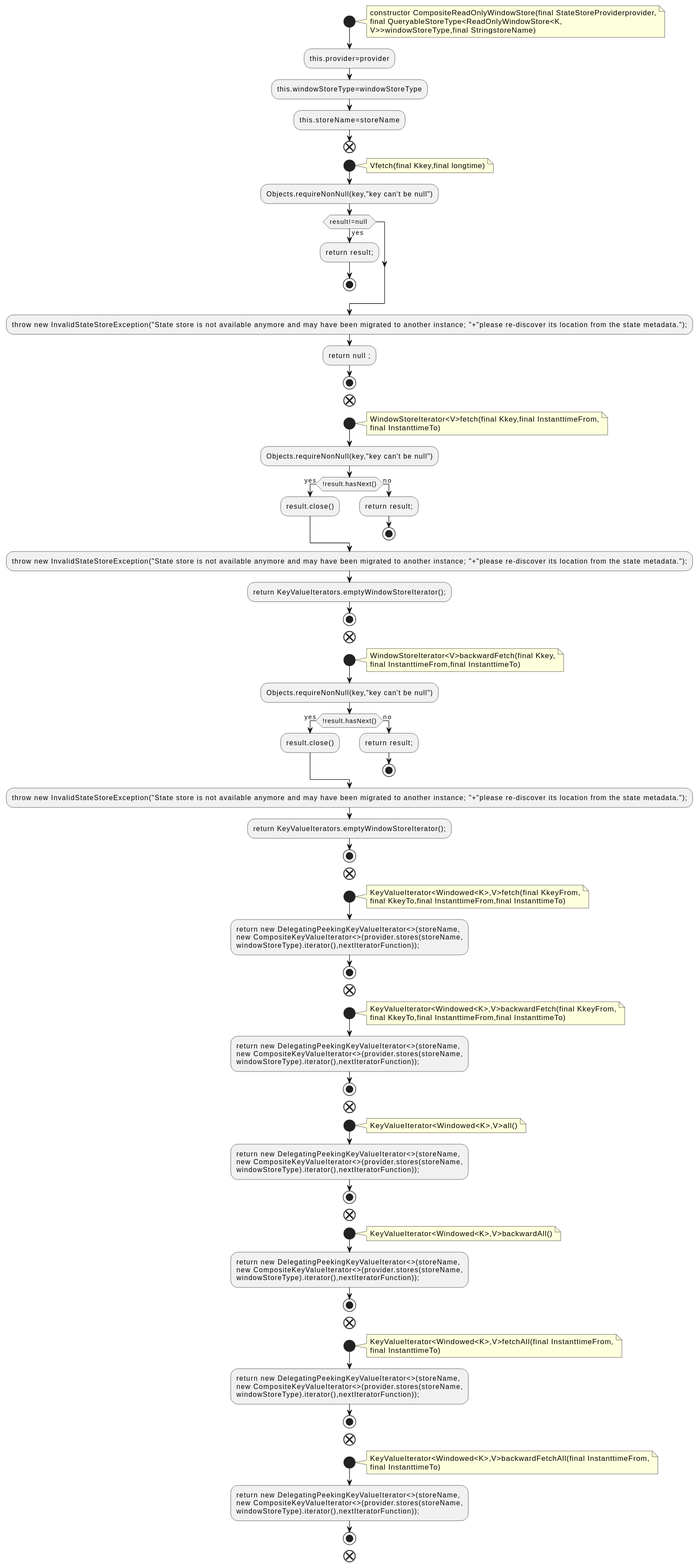
qualitesys/kafka keeps this PlantUML diagram as docs/qc/streams/src/main/java/org/apache/kafka/streams/state/internals/CompositeReadOnlyWindowStore.java.fct.svg. Above is the earlier version.
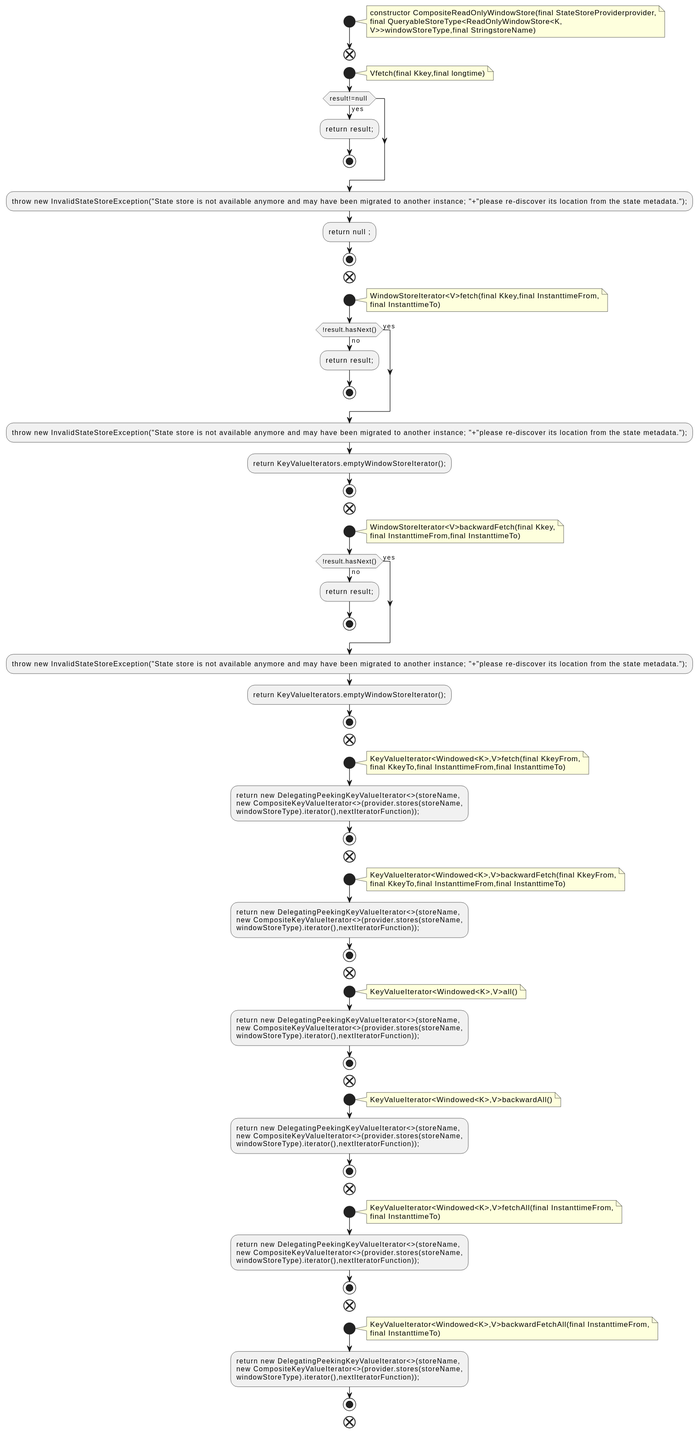
After the change.

Diff of the diagram source:
```diff
@@ -6,15 +6,11 @@
 final QueryableStoreType<ReadOnlyWindowStore<K,
 V>>windowStoreType,final StringstoreName)
 end note
-:this.provider=provider;
-:this.windowStoreType=windowStoreType;
-:this.storeName=storeName;
 end
 start
 note right
 Vfetch(final Kkey,final longtime)
 end note
-:Objects.requireNonNull(key,"key can't be null");
 if (result!=null ) then (yes)
 :return result;;
 stop
@@ -28,9 +24,7 @@
 WindowStoreIterator<V>fetch(final Kkey,final InstanttimeFrom,
 final InstanttimeTo)
 end note
-:Objects.requireNonNull(key,"key can't be null");
 if (!result.hasNext()) then (yes)
-:result.close();
 else (no)
 :return result;;
 stop
@@ -44,9 +38,7 @@
 WindowStoreIterator<V>backwardFetch(final Kkey,
 final InstanttimeFrom,final InstanttimeTo)
 end note
-:Objects.requireNonNull(key,"key can't be null");
 if (!result.hasNext()) then (yes)
-:result.close();
 else (no)
 :return result;;
 stop
```
